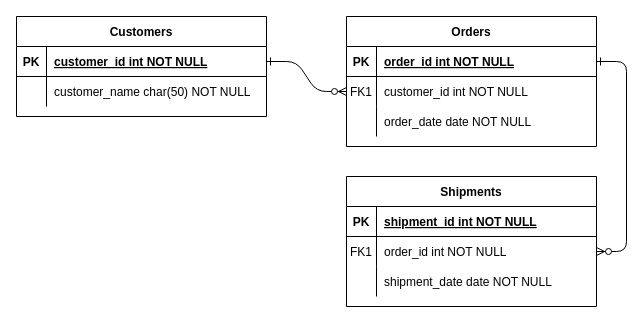
OscarGE11/Abril23 keeps this draw.io diagram as Ejercicios/Abril23.drawio. Above is the earlier version. Source tidied: cells renumbered, new cells numbered last; positions are measured from the earlier drawing's top-left corner, leaving out a move shared by most shapes. Both pictures are drawn from the tidied source at 100%, with x=0, y=0 at pixel (16, 16).
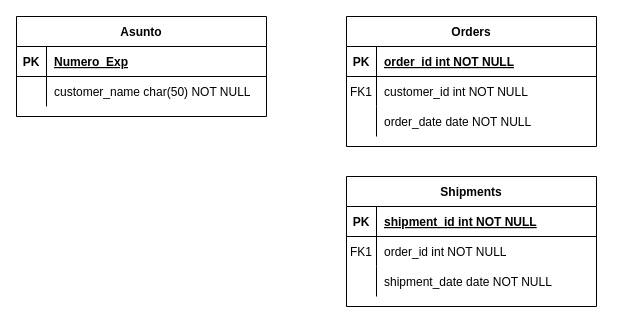
After the change.

Unchanged cells that the change refers to:
```xml
<mxCell id="5" style="shape=partialRectangle;fillColor=none;points=[[0,0.5],[1,0.5]];portConstraint=eastwest;top=0;left=0;right=0;bottom=1;" parent="4" vertex="1">
  <mxGeometry y="30" width="250" height="30" as="geometry" />
</mxCell>
<mxCell id="8" style="shape=partialRectangle;fillColor=none;points=[[0,0.5],[1,0.5]];portConstraint=eastwest;top=0;left=0;right=0;bottom=0;" parent="4" vertex="1">
  <mxGeometry y="60" width="250" height="30" as="geometry" />
</mxCell>
<mxCell id="18" style="shape=partialRectangle;fillColor=none;points=[[0,0.5],[1,0.5]];portConstraint=eastwest;top=0;left=0;right=0;bottom=0;" parent="14" vertex="1">
  <mxGeometry y="60" width="250" height="30" as="geometry" />
</mxCell>
<mxCell id="25" style="shape=partialRectangle;fillColor=none;points=[[0,0.5],[1,0.5]];portConstraint=eastwest;top=0;left=0;right=0;bottom=1;" parent="24" vertex="1">
  <mxGeometry y="30" width="250" height="30" as="geometry" />
</mxCell>
```

What changed in the source:
```diff
@@
-    <mxCell id="2" style="edgeStyle=entityRelationEdgeStyle;endArrow=ERzeroToMany;startArrow=ERone;endFill=1;startFill=0;" parent="1" edge="1" source="25" target="8">
-      <mxGeometry relative="1" as="geometry" />
-    </mxCell>
-    <mxCell id="3" style="edgeStyle=entityRelationEdgeStyle;endArrow=ERzeroToMany;startArrow=ERone;endFill=1;startFill=0;" parent="1" edge="1" source="5" target="18">
-      <mxGeometry relative="1" as="geometry" />
-    </mxCell>
@@
-    <mxCell id="24" value="Customers" style="shape=table;startSize=30;childLayout=tableLayout;rowLines=0;fontStyle=1;align=center;" parent="1" vertex="1">
+    <mxCell id="24" value="Asunto" style="shape=table;startSize=30;childLayout=tableLayout;rowLines=0;fontStyle=1;align=center;" parent="1" vertex="1">
       <mxGeometry width="250" height="100" as="geometry" />
     </mxCell>
@@
-    <mxCell id="27" value="customer_id int NOT NULL " style="shape=partialRectangle;overflow=hidden;fillColor=none;top=0;left=0;bottom=0;right=0;align=left;spacingLeft=6;fontStyle=5;" parent="25" vertex="1">
+    <mxCell id="27" value="Numero_Exp" style="shape=partialRectangle;overflow=hidden;fillColor=none;top=0;left=0;bottom=0;right=0;align=left;spacingLeft=6;fontStyle=5;" parent="25" vertex="1">
       <mxGeometry x="30" width="220" height="30" as="geometry" />
     </mxCell>
```
